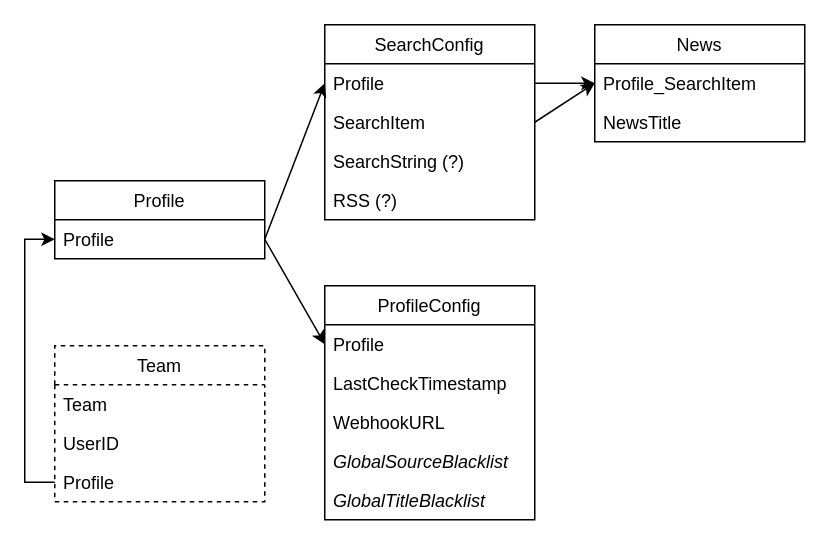
Before: img/data-model.drawio in andrewaddo/news-feed-handler, a draw.io diagram. Source tidied: cells renumbered, new cells numbered last; positions are measured from the earlier drawing's top-left corner, leaving out a move shared by most shapes. Both pictures are drawn from the tidied source at 150%, with x=0, y=0 at pixel (54, 24).
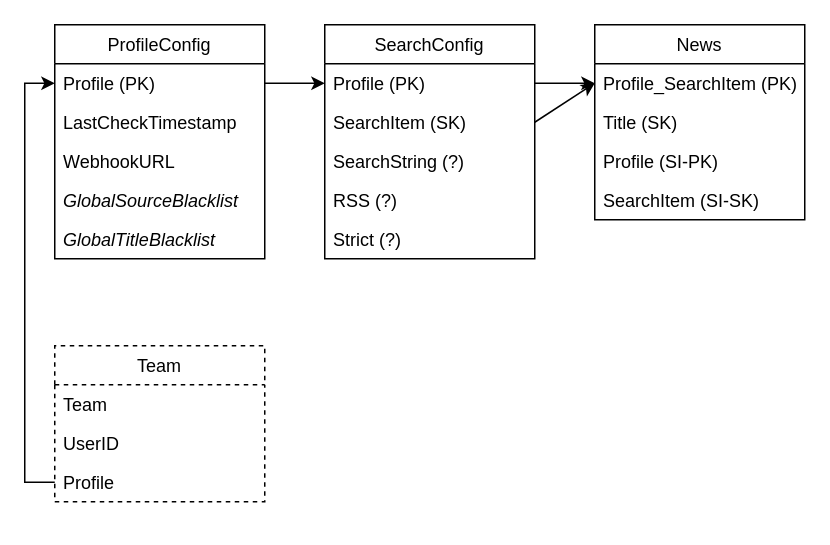
The same diagram, later.

Commit message (it also covers changes not shown here):
quick sync before GUI

Unchanged cells that the change refers to:
```xml
<mxCell id="25" value="Profile" style="text;strokeColor=none;fillColor=none;align=left;verticalAlign=top;spacingLeft=4;spacingRight=4;overflow=hidden;points=[[0,0.5],[1,0.5]];portConstraint=eastwest;" parent="22" vertex="1">
  <mxGeometry y="78" width="140" height="26" as="geometry" />
</mxCell>
```

What changed in the source:
```diff
@@
-    <mxCell id="2" value="Profile" style="swimlane;fontStyle=0;horizontal=1;startSize=26;fillColor=none;" parent="1" vertex="1">
-      <mxGeometry y="104" width="140" height="52" as="geometry" />
-    </mxCell>
-    <mxCell id="3" value="Profile" style="text;strokeColor=none;fillColor=none;align=left;verticalAlign=top;spacingLeft=4;spacingRight=4;overflow=hidden;points=[[0,0.5],[1,0.5]];portConstraint=eastwest;" parent="2" vertex="1">
-      <mxGeometry y="26" width="140" height="26" as="geometry" />
-    </mxCell>
-    <mxCell id="4" style="rounded=0;jettySize=auto;html=1;entryX=0;entryY=0.5;entryDx=0;entryDy=0;exitX=1;exitY=0.5;exitDx=0;exitDy=0;" parent="1" edge="1" source="3" target="6">
-      <mxGeometry relative="1" as="geometry" />
-    </mxCell>
-    <mxCell id="5" value="ProfileConfig" style="swimlane;fontStyle=0;horizontal=1;startSize=26;fillColor=none;" parent="1" vertex="1">
-      <mxGeometry x="180" y="174" width="140" height="156" as="geometry" />
-    </mxCell>
-    <mxCell id="6" value="Profile" style="text;strokeColor=none;fillColor=none;align=left;verticalAlign=top;spacingLeft=4;spacingRight=4;overflow=hidden;points=[[0,0.5],[1,0.5]];portConstraint=eastwest;" parent="5" vertex="1">
-      <mxGeometry y="26" width="140" height="26" as="geometry" />
-    </mxCell>
-    <mxCell id="7" value="LastCheckTimestamp" style="text;strokeColor=none;fillColor=none;align=left;verticalAlign=top;spacingLeft=4;spacingRight=4;overflow=hidden;" parent="5" vertex="1">
-      <mxGeometry y="52" width="140" height="26" as="geometry" />
-    </mxCell>
-    <mxCell id="8" value="WebhookURL" style="text;strokeColor=none;fillColor=none;align=left;verticalAlign=top;spacingLeft=4;spacingRight=4;overflow=hidden;" parent="5" vertex="1">
-      <mxGeometry y="78" width="140" height="26" as="geometry" />
-    </mxCell>
-    <mxCell id="9" value="GlobalSourceBlacklist" style="text;strokeColor=none;fillColor=none;align=left;verticalAlign=top;spacingLeft=4;spacingRight=4;overflow=hidden;fontStyle=2;" parent="5" vertex="1">
-      <mxGeometry y="104" width="140" height="26" as="geometry" />
-    </mxCell>
-    <mxCell id="10" value="GlobalTitleBlacklist" style="text;strokeColor=none;fillColor=none;align=left;verticalAlign=top;spacingLeft=4;spacingRight=4;overflow=hidden;fontStyle=2;" parent="5" vertex="1">
-      <mxGeometry y="130" width="140" height="26" as="geometry" />
-    </mxCell>
     <mxCell id="11" value="SearchConfig" style="swimlane;fontStyle=0;horizontal=1;startSize=26;fillColor=none;" parent="1" vertex="1">
-      <mxGeometry x="180" width="140" height="130" as="geometry" />
+      <mxGeometry x="180" width="140" height="156" as="geometry" />
     </mxCell>
-    <mxCell id="12" value="Profile" style="text;strokeColor=none;fillColor=none;align=left;verticalAlign=top;spacingLeft=4;spacingRight=4;overflow=hidden;points=[[0,0.5],[1,0.5]];portConstraint=eastwest;" parent="11" vertex="1">
+    <mxCell id="12" value="Profile (PK)" style="text;strokeColor=none;fillColor=none;align=left;verticalAlign=top;spacingLeft=4;spacingRight=4;overflow=hidden;points=[[0,0.5],[1,0.5]];portConstraint=eastwest;" parent="11" vertex="1">
       <mxGeometry y="26" width="140" height="26" as="geometry" />
     </mxCell>
-    <mxCell id="13" value="SearchItem" style="text;strokeColor=none;fillColor=none;align=left;verticalAlign=top;spacingLeft=4;spacingRight=4;overflow=hidden;points=[[0,0.5],[1,0.5]];portConstraint=eastwest;" parent="11" vertex="1">
+    <mxCell id="13" value="SearchItem (SK)" style="text;strokeColor=none;fillColor=none;align=left;verticalAlign=top;spacingLeft=4;spacingRight=4;overflow=hidden;points=[[0,0.5],[1,0.5]];portConstraint=eastwest;" parent="11" vertex="1">
       <mxGeometry y="52" width="140" height="26" as="geometry" />
     </mxCell>
@@
+    <mxCell id="27" value="Strict (?)" style="text;strokeColor=none;fillColor=none;align=left;verticalAlign=top;spacingLeft=4;spacingRight=4;overflow=hidden;" parent="11" vertex="1">
+      <mxGeometry y="130" width="140" height="26" as="geometry" />
+    </mxCell>
-    <mxCell id="16" style="edgeStyle=none;rounded=0;jettySize=auto;html=1;entryX=0;entryY=0.5;entryDx=0;entryDy=0;exitX=1;exitY=0.5;exitDx=0;exitDy=0;" parent="1" edge="1" source="3" target="12">
+    <mxCell id="16" style="edgeStyle=none;rounded=0;jettySize=auto;html=1;entryX=0;entryY=0.5;entryDx=0;entryDy=0;exitX=1;exitY=0.5;exitDx=0;exitDy=0;" parent="1" edge="1" source="6" target="12">
       <mxGeometry relative="1" as="geometry" />
     </mxCell>
     <mxCell id="17" value="News" style="swimlane;fontStyle=0;horizontal=1;startSize=26;fillColor=none;" parent="1" vertex="1">
-      <mxGeometry x="360" width="140" height="78" as="geometry" />
+      <mxGeometry x="360" width="140" height="130" as="geometry" />
     </mxCell>
-    <mxCell id="18" value="Profile_SearchItem" style="text;strokeColor=none;fillColor=none;align=left;verticalAlign=top;spacingLeft=4;spacingRight=4;overflow=hidden;points=[[0,0.5],[1,0.5]];portConstraint=eastwest;" parent="17" vertex="1">
+    <mxCell id="18" value="Profile_SearchItem (PK)" style="text;strokeColor=none;fillColor=none;align=left;verticalAlign=top;spacingLeft=4;spacingRight=4;overflow=hidden;points=[[0,0.5],[1,0.5]];portConstraint=eastwest;" parent="17" vertex="1">
       <mxGeometry y="26" width="140" height="26" as="geometry" />
     </mxCell>
-    <mxCell id="19" value="NewsTitle" style="text;strokeColor=none;fillColor=none;align=left;verticalAlign=top;spacingLeft=4;spacingRight=4;overflow=hidden;" parent="17" vertex="1">
+    <mxCell id="19" value="Title (SK)" style="text;strokeColor=none;fillColor=none;align=left;verticalAlign=top;spacingLeft=4;spacingRight=4;overflow=hidden;" parent="17" vertex="1">
       <mxGeometry y="52" width="140" height="26" as="geometry" />
     </mxCell>
+    <mxCell id="28" value="Profile (SI-PK)" style="text;strokeColor=none;fillColor=none;align=left;verticalAlign=top;spacingLeft=4;spacingRight=4;overflow=hidden;" parent="17" vertex="1">
+      <mxGeometry y="78" width="140" height="26" as="geometry" />
+    </mxCell>
+    <mxCell id="29" value="SearchItem (SI-SK)" style="text;strokeColor=none;fillColor=none;align=left;verticalAlign=top;spacingLeft=4;spacingRight=4;overflow=hidden;" parent="17" vertex="1">
+      <mxGeometry y="104" width="140" height="26" as="geometry" />
+    </mxCell>
@@
-    <mxCell id="26" style="edgeStyle=orthogonalEdgeStyle;rounded=0;jettySize=auto;html=1;entryX=0;entryY=0.5;entryDx=0;entryDy=0;exitX=0;exitY=0.5;exitDx=0;exitDy=0;" parent="1" edge="1" source="25" target="3">
+    <mxCell id="26" style="edgeStyle=orthogonalEdgeStyle;rounded=0;jettySize=auto;html=1;entryX=0;entryY=0.5;entryDx=0;entryDy=0;exitX=0;exitY=0.5;exitDx=0;exitDy=0;" parent="1" edge="1" source="25" target="6">
       <mxGeometry relative="1" as="geometry" />
     </mxCell>
+    <mxCell id="5" value="ProfileConfig" style="swimlane;fontStyle=0;horizontal=1;startSize=26;fillColor=none;" parent="1" vertex="1">
+      <mxGeometry width="140" height="156" as="geometry" />
+    </mxCell>
+    <mxCell id="6" value="Profile (PK)" style="text;strokeColor=none;fillColor=none;align=left;verticalAlign=top;spacingLeft=4;spacingRight=4;overflow=hidden;points=[[0,0.5],[1,0.5]];portConstraint=eastwest;" parent="5" vertex="1">
+      <mxGeometry y="26" width="140" height="26" as="geometry" />
+    </mxCell>
+    <mxCell id="7" value="LastCheckTimestamp" style="text;strokeColor=none;fillColor=none;align=left;verticalAlign=top;spacingLeft=4;spacingRight=4;overflow=hidden;" parent="5" vertex="1">
+      <mxGeometry y="52" width="140" height="26" as="geometry" />
+    </mxCell>
+    <mxCell id="8" value="WebhookURL" style="text;strokeColor=none;fillColor=none;align=left;verticalAlign=top;spacingLeft=4;spacingRight=4;overflow=hidden;" parent="5" vertex="1">
+      <mxGeometry y="78" width="140" height="26" as="geometry" />
+    </mxCell>
+    <mxCell id="9" value="GlobalSourceBlacklist" style="text;strokeColor=none;fillColor=none;align=left;verticalAlign=top;spacingLeft=4;spacingRight=4;overflow=hidden;fontStyle=2;" parent="5" vertex="1">
+      <mxGeometry y="104" width="140" height="26" as="geometry" />
+    </mxCell>
+    <mxCell id="10" value="GlobalTitleBlacklist" style="text;strokeColor=none;fillColor=none;align=left;verticalAlign=top;spacingLeft=4;spacingRight=4;overflow=hidden;fontStyle=2;" parent="5" vertex="1">
+      <mxGeometry y="130" width="140" height="26" as="geometry" />
+    </mxCell>
```
